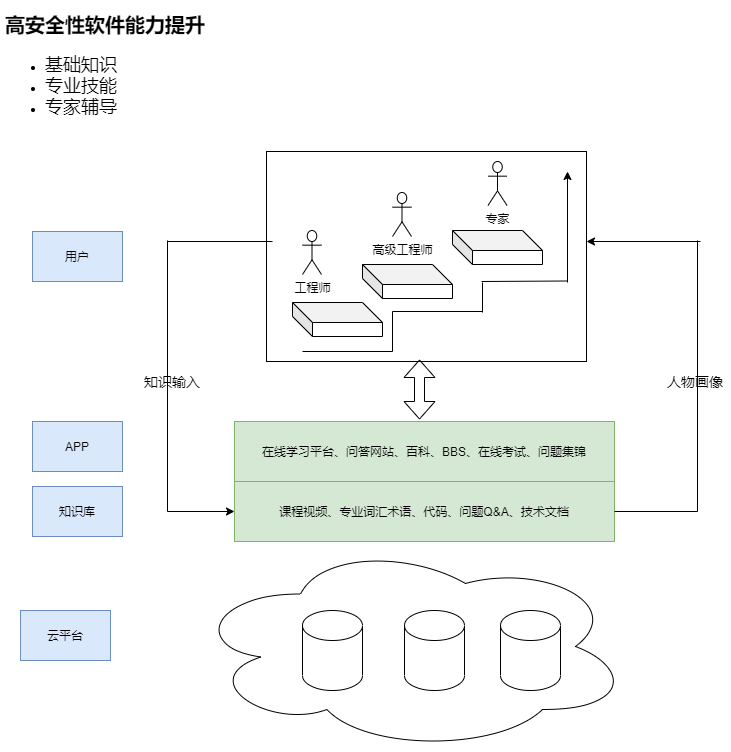
Earlier version of the draw.io export 高安全性软件.png (luomoweilan/draw). Source tidied: cells renumbered, new cells last; positions are measured from the earlier drawing's top-left corner, leaving out a move shared by most shapes.
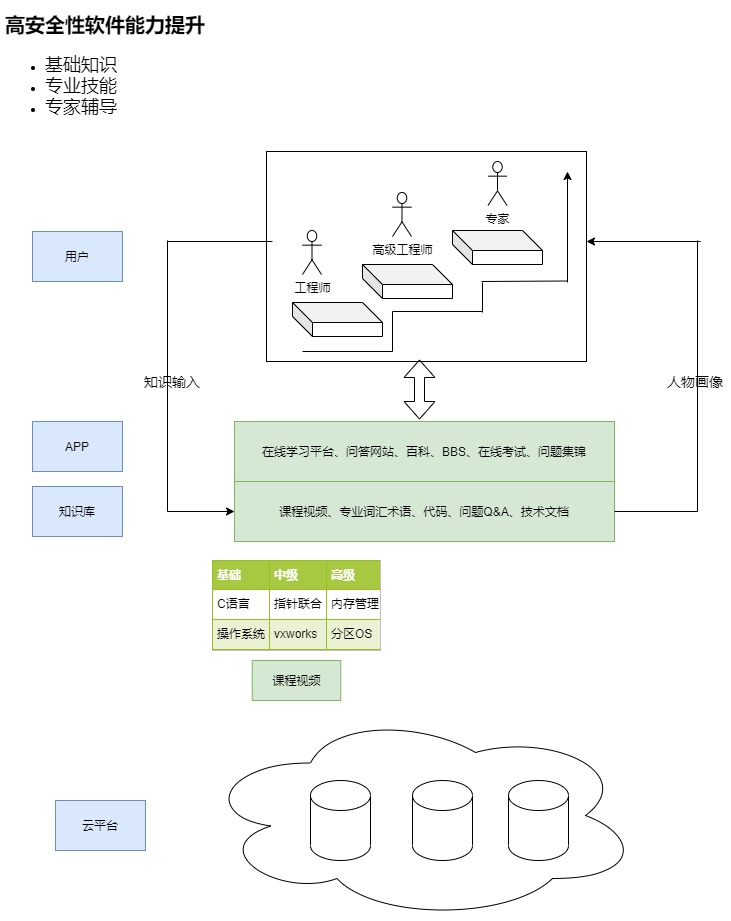
Later version of the same file.

Commit message:
更新高安全性软件.png

Diff of the diagram source:
```diff
@@ -3,13 +3,13 @@
     <mxCell id="0" />
     <mxCell id="1" parent="0" />
     <mxCell id="2" style="ellipse;shape=cloud;whiteSpace=wrap;html=1;" parent="1" vertex="1">
-      <mxGeometry x="190" y="531" width="440" height="210" as="geometry" />
+      <mxGeometry x="200" y="700" width="440" height="210" as="geometry" />
     </mxCell>
     <mxCell id="3" style="rounded=0;whiteSpace=wrap;html=1;" parent="1" vertex="1">
       <mxGeometry x="266" y="141" width="320" height="210" as="geometry" />
     </mxCell>
     <mxCell id="4" value="云平台" style="rounded=0;whiteSpace=wrap;html=1;fillColor=#dae8fc;strokeColor=#6c8ebf;" parent="1" vertex="1">
-      <mxGeometry x="20" y="600" width="90" height="50" as="geometry" />
+      <mxGeometry x="55" y="790" width="90" height="50" as="geometry" />
     </mxCell>
     <mxCell id="5" value="知识库" style="rounded=0;whiteSpace=wrap;html=1;fillColor=#dae8fc;strokeColor=#6c8ebf;" parent="1" vertex="1">
       <mxGeometry x="32" y="476" width="90" height="50" as="geometry" />
@@ -131,13 +131,19 @@
       </mxGeometry>
     </mxCell>
     <mxCell id="32" style="shape=cylinder3;whiteSpace=wrap;html=1;boundedLbl=1;backgroundOutline=1;size=15;" parent="1" vertex="1">
-      <mxGeometry x="302" y="600" width="60" height="80" as="geometry" />
+      <mxGeometry x="310" y="770" width="60" height="80" as="geometry" />
     </mxCell>
     <mxCell id="33" style="shape=cylinder3;whiteSpace=wrap;html=1;boundedLbl=1;backgroundOutline=1;size=15;" parent="1" vertex="1">
-      <mxGeometry x="404" y="600" width="60" height="80" as="geometry" />
+      <mxGeometry x="412" y="770" width="60" height="80" as="geometry" />
     </mxCell>
     <mxCell id="34" style="shape=cylinder3;whiteSpace=wrap;html=1;boundedLbl=1;backgroundOutline=1;size=15;" parent="1" vertex="1">
-      <mxGeometry x="500" y="600" width="60" height="80" as="geometry" />
+      <mxGeometry x="508" y="770" width="60" height="80" as="geometry" />
     </mxCell>
+    <mxCell id="35" value="&lt;table border=&quot;1&quot; width=&quot;100%&quot; cellpadding=&quot;4&quot; style=&quot;width: 100% ; height: 100% ; border-collapse: collapse&quot;&gt;&lt;tbody&gt;&lt;tr style=&quot;background-color: #a7c942 ; color: #ffffff ; border: 1px solid #98bf21&quot;&gt;&lt;th align=&quot;left&quot;&gt;基础&lt;/th&gt;&lt;th align=&quot;left&quot;&gt;中级&lt;/th&gt;&lt;th align=&quot;left&quot;&gt;高级&lt;/th&gt;&lt;/tr&gt;&lt;tr style=&quot;border: 1px solid #98bf21&quot;&gt;&lt;td&gt;C语言&lt;/td&gt;&lt;td&gt;指针联合&lt;/td&gt;&lt;td&gt;内存管理&lt;/td&gt;&lt;/tr&gt;&lt;tr style=&quot;background-color: #eaf2d3 ; border: 1px solid #98bf21&quot;&gt;&lt;td&gt;操作系统&lt;/td&gt;&lt;td&gt;vxworks&lt;/td&gt;&lt;td&gt;分区OS&lt;/td&gt;&lt;/tr&gt;&lt;/tbody&gt;&lt;/table&gt;" style="text;html=1;strokeColor=#c0c0c0;fillColor=#ffffff;overflow=fill;rounded=0;" parent="1" vertex="1">
+      <mxGeometry x="212" y="550" width="168" height="90" as="geometry" />
+    </mxCell>
+    <mxCell id="36" value="课程视频" style="rounded=0;whiteSpace=wrap;html=1;fillColor=#d5e8d4;strokeColor=#82b366;" parent="1" vertex="1">
+      <mxGeometry x="251.8" y="650" width="88.5" height="40" as="geometry" />
+    </mxCell>
   </root>
 </mxGraphModel>
```
